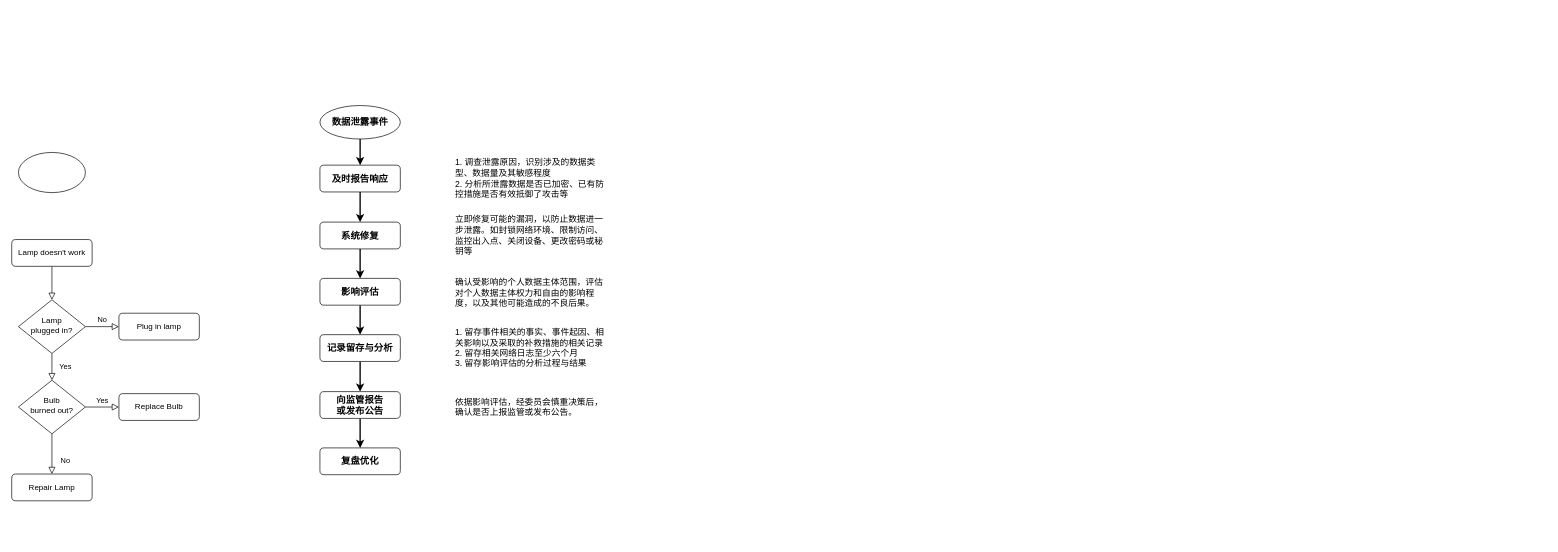
The draw.io diagram 数据泄露&丢失应急方案.drawio in hongweilv-whu/flowCharts, before the edit. Source tidied: cells renumbered, new cells numbered last; positions are measured from the earlier drawing's top-left corner, leaving out a move shared by most shapes. Both pictures are drawn from the tidied source at 67%, with x=0, y=0 at pixel (11, 105).
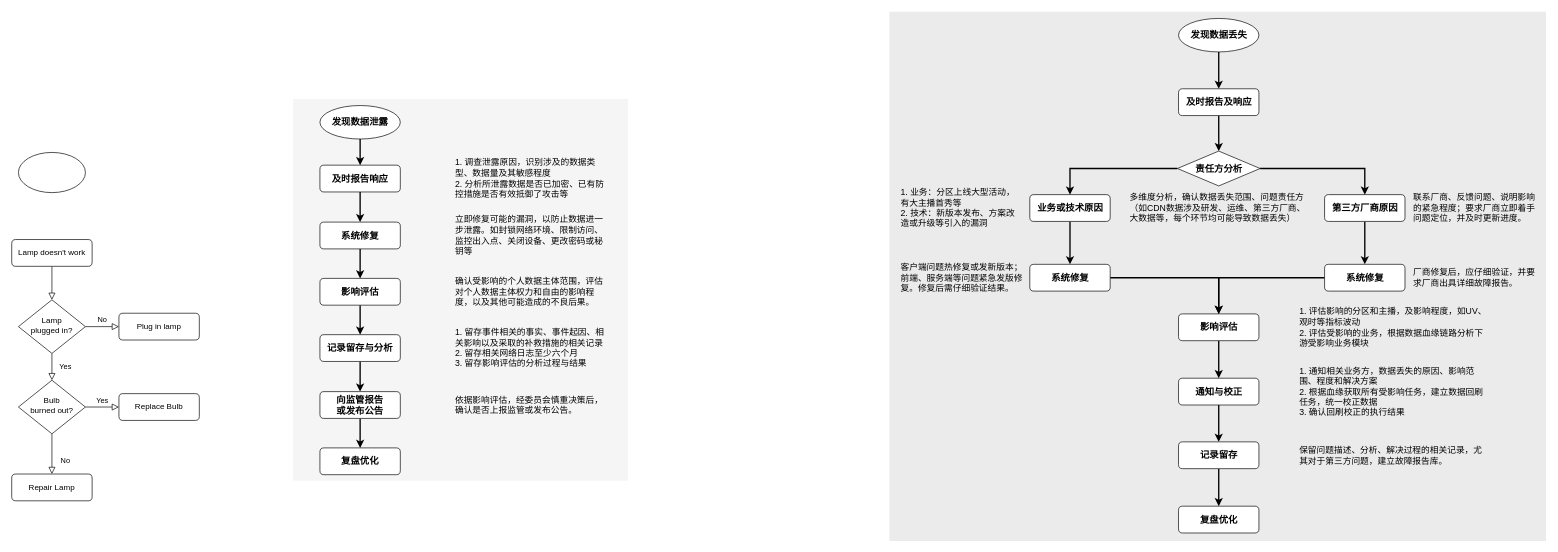
The same diagram, later.

Commit message:
更新数据泄露&丢失应急方案.drawio

Change to the diagram source:
```diff
@@
+    <mxCell id="32" style="rounded=0;whiteSpace=wrap;html=1;fontSize=12;glass=0;strokeWidth=0;shadow=0;fillColor=#f5f5f5;fontColor=#333333;strokeColor=none;" parent="1" vertex="1">
+      <mxGeometry x="420" y="-10" width="500" height="570" as="geometry" />
+    </mxCell>
@@
-    <mxCell id="17" value="&lt;font style=&quot;font-size: 14px;&quot;&gt;&lt;b style=&quot;&quot;&gt;数据泄露事件&lt;/b&gt;&lt;/font&gt;" style="strokeWidth=1;html=1;shape=mxgraph.flowchart.start_1;whiteSpace=wrap;" parent="1" vertex="1">
+    <mxCell id="17" value="&lt;font style=&quot;font-size: 14px;&quot;&gt;&lt;b style=&quot;&quot;&gt;发现数据泄露&lt;/b&gt;&lt;/font&gt;" style="strokeWidth=1;html=1;shape=mxgraph.flowchart.start_1;whiteSpace=wrap;" parent="1" vertex="1">
       <mxGeometry x="460" width="120" height="50" as="geometry" />
     </mxCell>
@@
-    <mxCell id="27" value="&lt;font style=&quot;font-size: 13px;&quot;&gt;1. 调查泄露原因，识别涉及的数据类型、数据量及其敏感程度&lt;br style=&quot;font-size: 13px;&quot;&gt;2. 分析所泄露数据是否已加密、已有防控措施是否有效抵御了攻击等&lt;/font&gt;" style="rounded=1;whiteSpace=wrap;html=1;fontSize=13;glass=0;strokeWidth=1;shadow=0;align=left;strokeColor=none;" parent="1" vertex="1">
+    <mxCell id="27" value="&lt;font style=&quot;font-size: 13px;&quot;&gt;1. 调查泄露原因，识别涉及的数据类型、数据量及其敏感程度&lt;br style=&quot;font-size: 13px;&quot;&gt;2. 分析所泄露数据是否已加密、已有防控措施是否有效抵御了攻击等&lt;/font&gt;" style="rounded=1;whiteSpace=wrap;html=1;fontSize=13;glass=0;strokeWidth=1;shadow=0;align=left;strokeColor=none;fillColor=none;" parent="1" vertex="1">
       <mxGeometry x="660" y="79" width="230" height="60" as="geometry" />
     </mxCell>
-    <mxCell id="28" value="&lt;span style=&quot;font-size: 13px;&quot;&gt;立即修复可能的漏洞，以防止数据进一步泄露。如封锁网络环境、限制访问、监控出入点、关闭设备、更改密码或秘钥等&lt;/span&gt;" style="rounded=1;whiteSpace=wrap;html=1;fontSize=13;glass=0;strokeWidth=1;shadow=0;align=left;strokeColor=none;" parent="1" vertex="1">
+    <mxCell id="28" value="&lt;span style=&quot;font-size: 13px;&quot;&gt;立即修复可能的漏洞，以防止数据进一步泄露。如封锁网络环境、限制访问、监控出入点、关闭设备、更改密码或秘钥等&lt;/span&gt;" style="rounded=1;whiteSpace=wrap;html=1;fontSize=13;glass=0;strokeWidth=1;shadow=0;align=left;strokeColor=none;fillColor=none;" parent="1" vertex="1">
       <mxGeometry x="660" y="164" width="230" height="60" as="geometry" />
     </mxCell>
-    <mxCell id="29" value="确认受影响的个人数据主体范围，评估对个人数据主体权力和自由的影响程度，以及其他可能造成的不良后果。" style="rounded=1;whiteSpace=wrap;html=1;fontSize=13;glass=0;strokeWidth=1;shadow=0;align=left;strokeColor=none;" parent="1" vertex="1">
-      <mxGeometry x="660" y="250" width="230" height="60" as="geometry" />
+    <mxCell id="29" value="确认受影响的个人数据主体范围，评估对个人数据主体权力和自由的影响程度，以及其他可能造成的不良后果。" style="rounded=1;whiteSpace=wrap;html=1;fontSize=13;glass=0;strokeWidth=1;shadow=0;align=left;strokeColor=none;fillColor=none;" parent="1" vertex="1">
+      <mxGeometry x="660" y="248" width="230" height="60" as="geometry" />
     </mxCell>
-    <mxCell id="30" value="1. 留存事件相关的事实、事件起因、相关影响以及采取的补救措施的相关记录&lt;br style=&quot;font-size: 13px;&quot;&gt;2. 留存相关网络日志至少六个月&lt;br style=&quot;font-size: 13px;&quot;&gt;3. 留存影响评估的分析过程与结果" style="rounded=1;whiteSpace=wrap;html=1;fontSize=13;glass=0;strokeWidth=1;shadow=0;align=left;strokeColor=none;" parent="1" vertex="1">
+    <mxCell id="30" value="1. 留存事件相关的事实、事件起因、相关影响以及采取的补救措施的相关记录&lt;br style=&quot;font-size: 13px;&quot;&gt;2. 留存相关网络日志至少六个月&lt;br style=&quot;font-size: 13px;&quot;&gt;3. 留存影响评估的分析过程与结果" style="rounded=1;whiteSpace=wrap;html=1;fontSize=13;glass=0;strokeWidth=1;shadow=0;align=left;strokeColor=none;fillColor=none;" parent="1" vertex="1">
       <mxGeometry x="660" y="332" width="230" height="60" as="geometry" />
     </mxCell>
-    <mxCell id="31" value="依据影响评估，经委员会慎重决策后，确认是否上报监管或发布公告。" style="rounded=1;whiteSpace=wrap;html=1;fontSize=13;glass=0;strokeWidth=1;shadow=0;align=left;strokeColor=none;" parent="1" vertex="1">
-      <mxGeometry x="660" y="420" width="230" height="60" as="geometry" />
+    <mxCell id="31" value="依据影响评估，经委员会慎重决策后，确认是否上报监管或发布公告。" style="rounded=1;whiteSpace=wrap;html=1;fontSize=13;glass=0;strokeWidth=1;shadow=0;align=left;strokeColor=none;fillColor=none;" parent="1" vertex="1">
+      <mxGeometry x="660" y="417" width="230" height="60" as="geometry" />
     </mxCell>
+    <mxCell id="33" style="rounded=0;whiteSpace=wrap;html=1;fontSize=12;glass=0;strokeWidth=0;shadow=0;fillColor=#EBEBEB;fontColor=#333333;strokeColor=none;" parent="1" vertex="1">
+      <mxGeometry x="1310" y="-140" width="980" height="790" as="geometry" />
+    </mxCell>
+    <mxCell id="34" style="edgeStyle=orthogonalEdgeStyle;rounded=0;jettySize=auto;html=1;exitX=0.5;exitY=1;exitDx=0;exitDy=0;exitPerimeter=0;entryX=0.5;entryY=0;entryDx=0;entryDy=0;strokeWidth=2;fontFamily=Helvetica;fontSize=13;" parent="1" edge="1" source="35" target="63">
+      <mxGeometry relative="1" as="geometry" />
+    </mxCell>
+    <mxCell id="35" value="&lt;font style=&quot;font-size: 14px;&quot;&gt;&lt;b style=&quot;&quot;&gt;发现数据丢失&lt;/b&gt;&lt;/font&gt;" style="strokeWidth=1;html=1;shape=mxgraph.flowchart.start_1;whiteSpace=wrap;" parent="1" vertex="1">
+      <mxGeometry x="1741.5" y="-130" width="120" height="50" as="geometry" />
+    </mxCell>
+    <mxCell id="36" style="edgeStyle=orthogonalEdgeStyle;rounded=0;jettySize=auto;html=1;exitX=0;exitY=0.5;exitDx=0;exitDy=0;entryX=0.5;entryY=0;entryDx=0;entryDy=0;strokeWidth=2;fontFamily=Helvetica;fontSize=13;" parent="1" edge="1" source="37" target="39">
+      <mxGeometry relative="1" as="geometry" />
+    </mxCell>
+    <mxCell id="37" value="&lt;font style=&quot;font-size: 14px;&quot;&gt;&lt;b&gt;系统修复&lt;/b&gt;&lt;/font&gt;" style="rounded=1;whiteSpace=wrap;html=1;fontSize=12;glass=0;strokeWidth=1;shadow=0;" parent="1" vertex="1">
+      <mxGeometry x="1959.5" y="237" width="120" height="40" as="geometry" />
+    </mxCell>
+    <mxCell id="38" style="edgeStyle=orthogonalEdgeStyle;rounded=0;jettySize=auto;html=1;exitX=0.5;exitY=1;exitDx=0;exitDy=0;strokeWidth=2;fontFamily=Helvetica;fontSize=14;" parent="1" edge="1" source="39" target="41">
+      <mxGeometry relative="1" as="geometry" />
+    </mxCell>
+    <mxCell id="39" value="&lt;font style=&quot;font-size: 14px;&quot;&gt;&lt;b&gt;影响评估&lt;/b&gt;&lt;/font&gt;" style="rounded=1;whiteSpace=wrap;html=1;fontSize=12;glass=0;strokeWidth=1;shadow=0;" parent="1" vertex="1">
+      <mxGeometry x="1741.5" y="311" width="120" height="40" as="geometry" />
+    </mxCell>
+    <mxCell id="40" style="edgeStyle=orthogonalEdgeStyle;rounded=0;jettySize=auto;html=1;exitX=0.5;exitY=1;exitDx=0;exitDy=0;entryX=0.5;entryY=0;entryDx=0;entryDy=0;strokeWidth=2;fontFamily=Helvetica;fontSize=14;" parent="1" edge="1" source="41" target="43">
+      <mxGeometry relative="1" as="geometry" />
+    </mxCell>
+    <mxCell id="41" value="&lt;font style=&quot;font-size: 14px;&quot;&gt;&lt;b&gt;通知与校正&lt;/b&gt;&lt;/font&gt;" style="rounded=1;whiteSpace=wrap;html=1;fontSize=12;glass=0;strokeWidth=1;shadow=0;" parent="1" vertex="1">
+      <mxGeometry x="1741.5" y="407" width="120" height="40" as="geometry" />
+    </mxCell>
+    <mxCell id="42" style="edgeStyle=orthogonalEdgeStyle;rounded=0;jettySize=auto;html=1;exitX=0.5;exitY=1;exitDx=0;exitDy=0;strokeWidth=2;fontFamily=Helvetica;fontSize=14;" parent="1" edge="1" source="43" target="44">
+      <mxGeometry relative="1" as="geometry" />
+    </mxCell>
+    <mxCell id="43" value="&lt;span style=&quot;font-size: 14px;&quot;&gt;&lt;b&gt;记录留存&lt;/b&gt;&lt;/span&gt;" style="rounded=1;whiteSpace=wrap;html=1;fontSize=12;glass=0;strokeWidth=1;shadow=0;" parent="1" vertex="1">
+      <mxGeometry x="1741.5" y="502" width="120" height="40" as="geometry" />
+    </mxCell>
+    <mxCell id="44" value="&lt;span style=&quot;font-size: 14px;&quot;&gt;&lt;b&gt;复盘优化&lt;/b&gt;&lt;/span&gt;" style="rounded=1;whiteSpace=wrap;html=1;fontSize=12;glass=0;strokeWidth=1;shadow=0;" parent="1" vertex="1">
+      <mxGeometry x="1741.5" y="598" width="120" height="40" as="geometry" />
+    </mxCell>
+    <mxCell id="45" style="edgeStyle=orthogonalEdgeStyle;rounded=0;jettySize=auto;html=1;exitX=0.5;exitY=1;exitDx=0;exitDy=0;entryX=0.5;entryY=0;entryDx=0;entryDy=0;strokeWidth=2;fontFamily=Helvetica;fontSize=13;" parent="1" edge="1" source="46" target="50">
+      <mxGeometry relative="1" as="geometry" />
+    </mxCell>
+    <mxCell id="46" value="&lt;font style=&quot;font-size: 14px;&quot;&gt;&lt;b&gt;业务或技术原因&lt;/b&gt;&lt;/font&gt;" style="rounded=1;whiteSpace=wrap;html=1;fontSize=12;glass=0;strokeWidth=1;shadow=0;" parent="1" vertex="1">
+      <mxGeometry x="1519.5" y="133" width="120" height="40" as="geometry" />
+    </mxCell>
+    <mxCell id="47" style="edgeStyle=orthogonalEdgeStyle;rounded=0;jettySize=auto;html=1;exitX=0.5;exitY=1;exitDx=0;exitDy=0;entryX=0.5;entryY=0;entryDx=0;entryDy=0;strokeWidth=2;fontFamily=Helvetica;fontSize=13;" parent="1" edge="1" source="48" target="37">
+      <mxGeometry relative="1" as="geometry" />
+    </mxCell>
+    <mxCell id="48" value="&lt;font style=&quot;font-size: 14px;&quot;&gt;&lt;b&gt;第三方厂商原因&lt;/b&gt;&lt;/font&gt;" style="rounded=1;whiteSpace=wrap;html=1;fontSize=12;glass=0;strokeWidth=1;shadow=0;" parent="1" vertex="1">
+      <mxGeometry x="1959.5" y="133" width="120" height="40" as="geometry" />
+    </mxCell>
+    <mxCell id="49" style="edgeStyle=orthogonalEdgeStyle;rounded=0;jettySize=auto;html=1;exitX=1;exitY=0.5;exitDx=0;exitDy=0;entryX=0.5;entryY=0;entryDx=0;entryDy=0;strokeWidth=2;fontFamily=Helvetica;fontSize=13;" parent="1" edge="1" source="50" target="39">
+      <mxGeometry relative="1" as="geometry" />
+    </mxCell>
+    <mxCell id="50" value="&lt;font style=&quot;font-size: 14px;&quot;&gt;&lt;b&gt;系统修复&lt;/b&gt;&lt;/font&gt;" style="rounded=1;whiteSpace=wrap;html=1;fontSize=12;glass=0;strokeWidth=1;shadow=0;" parent="1" vertex="1">
+      <mxGeometry x="1519.5" y="237" width="120" height="40" as="geometry" />
+    </mxCell>
+    <mxCell id="51" value="多维度分析，确认数据丢失范围、问题责任方（如CDN数据涉及研发、运维、第三方厂商、大数据等，每个环节均可能导致数据丢失）" style="rounded=1;whiteSpace=wrap;html=1;fontSize=13;glass=0;strokeWidth=1;shadow=0;align=left;strokeColor=none;fillColor=none;" parent="1" vertex="1">
+      <mxGeometry x="1666.5" y="123" width="270" height="60" as="geometry" />
+    </mxCell>
+    <mxCell id="52" value="&lt;div&gt;1. 业务：分区上线大型活动，有大主播首秀等&lt;/div&gt;&lt;div&gt;2. 技术：新版本发布、方案改造或升级等引入的漏洞&lt;/div&gt;" style="rounded=1;whiteSpace=wrap;html=1;fontSize=13;glass=0;strokeWidth=1;shadow=0;align=left;strokeColor=none;fillColor=none;" parent="1" vertex="1">
+      <mxGeometry x="1325" y="123" width="184" height="60" as="geometry" />
+    </mxCell>
+    <mxCell id="53" value="&lt;div&gt;1. 评估影响的分区和主播，及影响程度，如UV、观时等指标波动&lt;/div&gt;&lt;div&gt;2. 评估受影响的业务，根据数据血缘链路分析下游受影响业务模块&lt;/div&gt;" style="rounded=1;whiteSpace=wrap;html=1;fontSize=13;glass=0;strokeWidth=1;shadow=0;align=left;strokeColor=none;fillColor=none;" parent="1" vertex="1">
+      <mxGeometry x="1920" y="301" width="282" height="60" as="geometry" />
+    </mxCell>
+    <mxCell id="54" value="&lt;div&gt;1. 通知相关业务方，数据丢失的原因、影响范围、程度和解决方案&lt;/div&gt;&lt;div&gt;2. 根据血缘获取所有受影响任务，建立数据回刷任务，统一校正数据&lt;/div&gt;&lt;div&gt;3. 确认回刷校正的执行结果&lt;/div&gt;" style="rounded=1;whiteSpace=wrap;html=1;fontSize=13;glass=0;strokeWidth=1;shadow=0;align=left;strokeColor=none;fillColor=none;" parent="1" vertex="1">
+      <mxGeometry x="1920" y="397" width="280" height="60" as="geometry" />
+    </mxCell>
+    <mxCell id="55" value="保留问题描述、分析、解决过程的相关记录，尤其对于第三方问题，建立故障报告库。" style="rounded=1;whiteSpace=wrap;html=1;fontSize=13;glass=0;strokeWidth=1;shadow=0;align=left;strokeColor=none;fillColor=none;" parent="1" vertex="1">
+      <mxGeometry x="1920" y="492" width="280" height="60" as="geometry" />
+    </mxCell>
+    <mxCell id="56" value="客户端问题热修复或发新版本；前端、服务端等问题紧急发版修复。修复后需仔细验证结果。" style="rounded=1;whiteSpace=wrap;html=1;fontSize=13;glass=0;strokeWidth=1;shadow=0;align=left;strokeColor=none;fillColor=none;" parent="1" vertex="1">
+      <mxGeometry x="1325" y="227" width="184" height="60" as="geometry" />
+    </mxCell>
+    <mxCell id="57" value="联系厂商、反馈问题、说明影响的紧急程度；要求厂商立即着手问题定位，并及时更新进度。" style="rounded=1;whiteSpace=wrap;html=1;fontSize=13;glass=0;strokeWidth=1;shadow=0;align=left;strokeColor=none;fillColor=none;" parent="1" vertex="1">
+      <mxGeometry x="2090" y="123" width="184" height="60" as="geometry" />
+    </mxCell>
+    <mxCell id="58" value="厂商修复后，应仔细验证，并要求厂商出具详细故障报告。" style="rounded=1;whiteSpace=wrap;html=1;fontSize=13;glass=0;strokeWidth=1;shadow=0;align=left;strokeColor=none;fillColor=none;" parent="1" vertex="1">
+      <mxGeometry x="2090" y="227" width="184" height="60" as="geometry" />
+    </mxCell>
+    <mxCell id="59" style="edgeStyle=orthogonalEdgeStyle;rounded=0;jettySize=auto;html=1;exitX=1;exitY=0.5;exitDx=0;exitDy=0;exitPerimeter=0;strokeWidth=2;fontFamily=Helvetica;fontSize=13;" parent="1" edge="1" source="61" target="48">
+      <mxGeometry relative="1" as="geometry" />
+    </mxCell>
+    <mxCell id="60" style="edgeStyle=orthogonalEdgeStyle;rounded=0;jettySize=auto;html=1;exitX=0;exitY=0.5;exitDx=0;exitDy=0;exitPerimeter=0;entryX=0.5;entryY=0;entryDx=0;entryDy=0;strokeWidth=2;fontFamily=Helvetica;fontSize=13;" parent="1" edge="1" source="61" target="46">
+      <mxGeometry relative="1" as="geometry" />
+    </mxCell>
+    <mxCell id="61" value="&lt;b style=&quot;font-size: 14px;&quot;&gt;责任方分析&lt;/b&gt;" style="strokeWidth=1;html=1;shape=mxgraph.flowchart.decision;whiteSpace=wrap;rounded=0;fontFamily=Helvetica;fontSize=13;" parent="1" vertex="1">
+      <mxGeometry x="1739.8" y="68" width="123.5" height="52" as="geometry" />
+    </mxCell>
+    <mxCell id="62" style="edgeStyle=orthogonalEdgeStyle;rounded=0;jettySize=auto;html=1;exitX=0.5;exitY=1;exitDx=0;exitDy=0;strokeWidth=2;fontFamily=Helvetica;fontSize=13;" parent="1" edge="1" source="63" target="61">
+      <mxGeometry relative="1" as="geometry" />
+    </mxCell>
+    <mxCell id="63" value="&lt;font style=&quot;font-size: 14px;&quot;&gt;&lt;b&gt;及时报告及响应&lt;/b&gt;&lt;/font&gt;" style="rounded=1;whiteSpace=wrap;html=1;fontSize=12;glass=0;strokeWidth=1;shadow=0;" parent="1" vertex="1">
+      <mxGeometry x="1741.5" y="-25" width="120" height="40" as="geometry" />
+    </mxCell>
```
